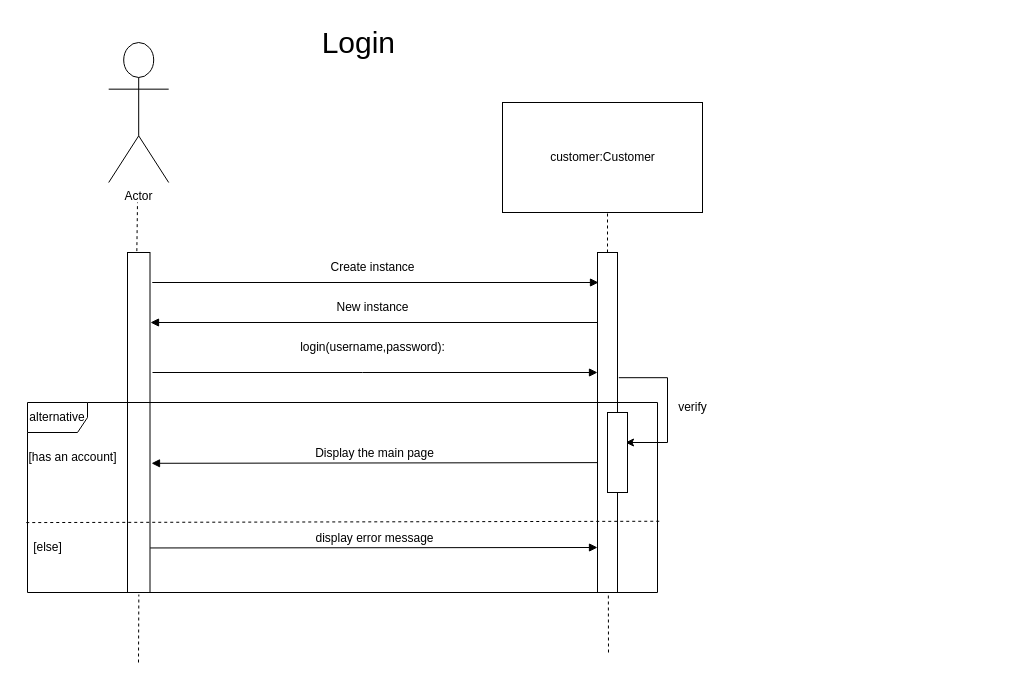
The draw.io diagram page "Sequence Diagram" (5 of 5) of Event Managment System Diagrams.drawio in ikha496/Event-Management-System, before the edit. Source tidied: cells renumbered, new cells numbered last; positions are measured from the earlier drawing's top-left corner, leaving out a move shared by most shapes. Both pictures are drawn from the tidied source at 100%, with x=0, y=0 at pixel (17, 17).
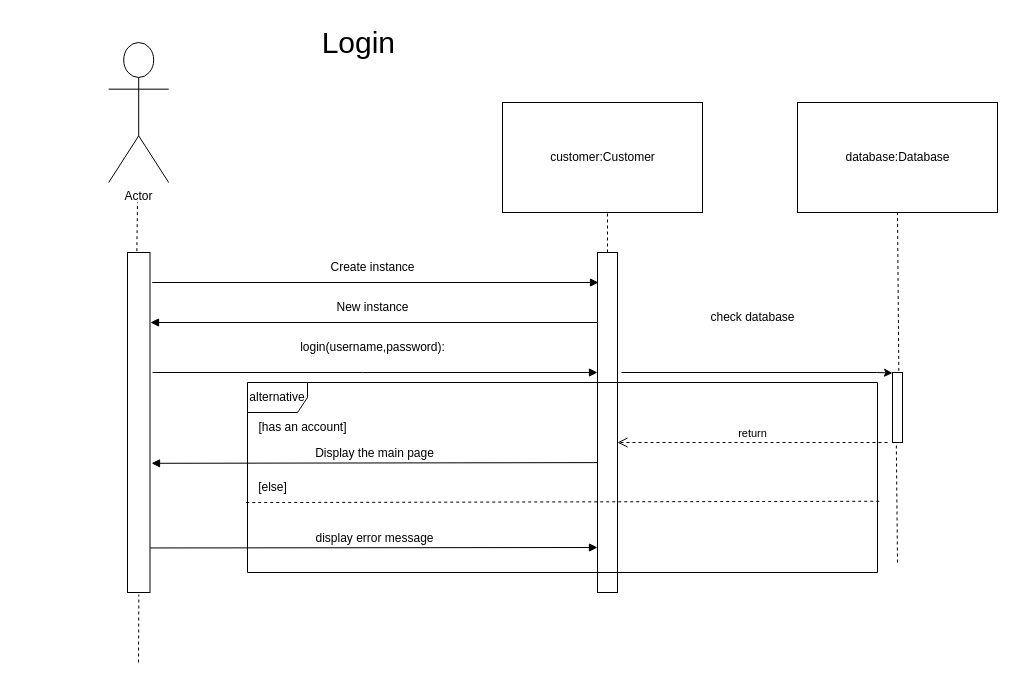
After the change.

What changed in the source:
```diff
@@
-    <mxCell id="7" style="edgeStyle=orthogonalEdgeStyle;rounded=0;orthogonalLoop=1;jettySize=auto;html=1;fontSize=12;exitX=1.167;exitY=0.501;exitDx=0;exitDy=0;exitPerimeter=0;" parent="1" edge="1">
+    <mxCell id="7" style="edgeStyle=orthogonalEdgeStyle;rounded=0;orthogonalLoop=1;jettySize=auto;html=1;fontSize=12;" parent="1" edge="1">
       <mxGeometry relative="1" as="geometry">
-        <mxPoint x="601.3" y="360.2" as="sourcePoint" />
-        <mxPoint x="608" y="425" as="targetPoint" />
+        <mxPoint x="604" y="355" as="sourcePoint" />
+        <mxPoint x="875" y="355.5" as="targetPoint" />
         <Array as="points">
-          <mxPoint x="650" y="360" />
-          <mxPoint x="650" y="425" />
+          <mxPoint x="859" y="355.5" />
         </Array>
       </mxGeometry>
     </mxCell>
@@
-    <mxCell id="14" style="html=1;perimeter=orthogonalPerimeter;fontSize=12;" parent="1" vertex="1">
-      <mxGeometry x="590" y="395" width="20" height="80" as="geometry" />
-    </mxCell>
-    <mxCell id="15" value="verify" style="text;html=1;align=center;verticalAlign=middle;strokeColor=none;fillColor=none;fontSize=12;" parent="1" vertex="1">
-      <mxGeometry x="650" y="375" width="50" height="30" as="geometry" />
+    <mxCell id="15" value="check database" style="text;html=1;align=center;verticalAlign=middle;strokeColor=none;fillColor=none;fontSize=12;" parent="1" vertex="1">
+      <mxGeometry x="680" y="285" width="110" height="30" as="geometry" />
     </mxCell>
@@
-    <mxCell id="18" style="endArrow=none;dashed=1;html=1;rounded=0;fontSize=12;entryX=0.922;entryY=1.014;entryDx=0;entryDy=0;entryPerimeter=0;" parent="1" edge="1" target="19">
-      <mxGeometry relative="1" as="geometry">
-        <mxPoint x="591" y="635" as="sourcePoint" />
-      </mxGeometry>
-    </mxCell>
     <mxCell id="19" value="alternative" style="shape=umlFrame;whiteSpace=wrap;html=1;fontSize=12;" parent="1" vertex="1">
-      <mxGeometry x="10" y="385" width="630" height="190" as="geometry" />
+      <mxGeometry x="230" y="365" width="630" height="190" as="geometry" />
     </mxCell>
@@
     <mxCell id="21" value="[has an account]" style="text;html=1;align=center;verticalAlign=middle;strokeColor=none;fillColor=none;fontSize=12;" parent="1" vertex="1">
-      <mxGeometry y="425" width="110" height="30" as="geometry" />
+      <mxGeometry x="230" y="395" width="110" height="30" as="geometry" />
     </mxCell>
     <mxCell id="22" value="[else]" style="text;html=1;align=center;verticalAlign=middle;strokeColor=none;fillColor=none;fontSize=12;" parent="1" vertex="1">
-      <mxGeometry x="5" y="515" width="50" height="30" as="geometry" />
+      <mxGeometry x="230" y="455" width="50" height="30" as="geometry" />
     </mxCell>
@@
+    <mxCell id="27" value="database:Database" style="html=1;" parent="1" vertex="1">
+      <mxGeometry x="780" y="85" width="200" height="110" as="geometry" />
+    </mxCell>
+    <mxCell id="28" style="endArrow=none;dashed=1;html=1;rounded=0;exitX=0.632;exitY=-0.023;exitDx=0;exitDy=0;exitPerimeter=0;entryX=0.5;entryY=1;entryDx=0;entryDy=0;" parent="1" edge="1" source="29" target="27">
+      <mxGeometry relative="1" as="geometry" />
+    </mxCell>
+    <mxCell id="29" style="html=1;points=[];perimeter=orthogonalPerimeter;" parent="1" vertex="1">
+      <mxGeometry x="875" y="355" width="10" height="70" as="geometry" />
+    </mxCell>
+    <mxCell id="30" value="return" style="html=1;verticalAlign=bottom;endArrow=open;dashed=1;endSize=8;rounded=0;" parent="1" edge="1">
+      <mxGeometry relative="1" as="geometry">
+        <mxPoint x="870" y="425" as="sourcePoint" />
+        <mxPoint x="600" y="425" as="targetPoint" />
+        <Array as="points">
+          <mxPoint x="810" y="425" />
+        </Array>
+      </mxGeometry>
+    </mxCell>
+    <mxCell id="31" style="endArrow=none;dashed=1;html=1;rounded=0;entryX=0.384;entryY=1.033;entryDx=0;entryDy=0;entryPerimeter=0;" parent="1" edge="1" target="29">
+      <mxGeometry relative="1" as="geometry">
+        <mxPoint x="880" y="545" as="sourcePoint" />
+      </mxGeometry>
+    </mxCell>
```
